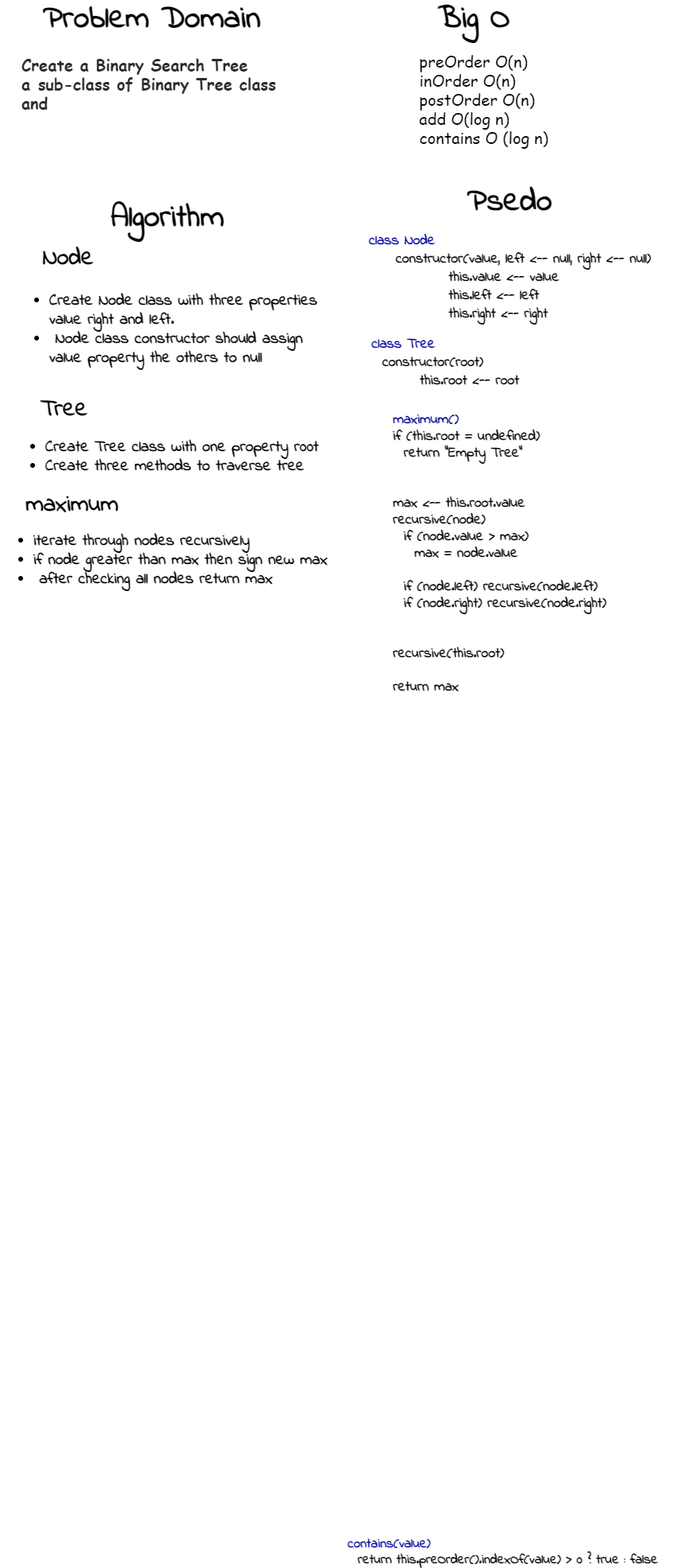
Earlier version of the draw.io export code401/tree-max/maxtree.png (Alazaizeh/data-structures-and-algorithms). Source tidied: cells renumbered, new cells last; positions are measured from the earlier drawing's top-left corner, leaving out a move shared by most shapes.
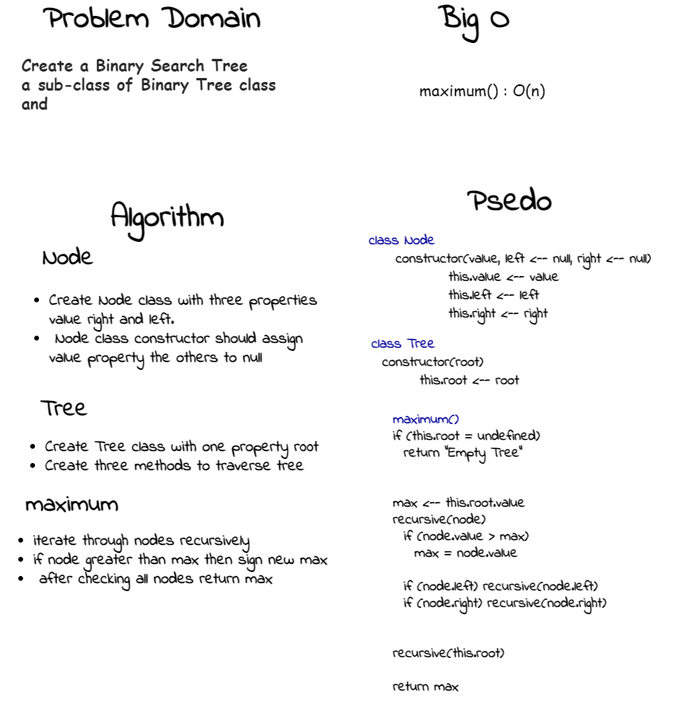
Later version of the same file.

What changed in the source:
```diff
@@ -17,7 +17,7 @@
     <mxCell id="6" value="&lt;p style=&quot;margin: 0px 0px 20px&quot;&gt;&lt;/p&gt;&lt;font color=&quot;#2b2b2b&quot;&gt;Create a Binary Search Tree a&amp;nbsp;sub-class of&lt;/font&gt;&lt;span style=&quot;color: rgb(43 , 43 , 43)&quot;&gt;&amp;nbsp;Binary Tree class and&amp;nbsp;&lt;/span&gt;" style="text;html=1;strokeColor=none;fillColor=none;align=left;verticalAlign=middle;whiteSpace=wrap;rounded=0;shadow=1;glass=0;dashed=1;fontFamily=Comic Sans MS;fontSize=20;fontStyle=1;" parent="1" vertex="1">
       <mxGeometry x="25" y="20" width="350" height="140" as="geometry" />
     </mxCell>
-    <mxCell id="7" value="&lt;div&gt;preOrder O(n)&lt;/div&gt;&lt;div&gt;inOrder O(n)&lt;/div&gt;&lt;div&gt;postOrder O(n)&lt;/div&gt;&lt;div&gt;add O(log n)&lt;/div&gt;&lt;div&gt;contains O (log n)&lt;/div&gt;" style="text;html=1;strokeColor=none;fillColor=none;align=left;verticalAlign=middle;whiteSpace=wrap;rounded=0;shadow=1;glass=0;dashed=1;fontFamily=Comic Sans MS;fontSize=20;" parent="1" vertex="1">
+    <mxCell id="7" value="&lt;div&gt;maximum() : O(n)&lt;/div&gt;&lt;div&gt;&lt;br&gt;&lt;/div&gt;" style="text;html=1;strokeColor=none;fillColor=none;align=left;verticalAlign=middle;whiteSpace=wrap;rounded=0;shadow=1;glass=0;dashed=1;fontFamily=Comic Sans MS;fontSize=20;" parent="1" vertex="1">
       <mxGeometry x="525" y="60" width="210" height="120" as="geometry" />
     </mxCell>
     <mxCell id="8" value="&lt;span style=&quot;font-family: &amp;#34;indie flower&amp;#34;&quot;&gt;&amp;nbsp;&lt;font color=&quot;#000099&quot;&gt;class Node&lt;br&gt;&lt;/font&gt;&lt;/span&gt;&lt;span style=&quot;font-family: &amp;#34;indie flower&amp;#34;&quot;&gt;&amp;nbsp; &amp;nbsp; &amp;nbsp; constructor(value, left &amp;lt;-- null, right &amp;lt;-- null)&amp;nbsp;&lt;/span&gt;&lt;span style=&quot;color: rgb(0 , 0 , 153) ; font-family: &amp;#34;indie flower&amp;#34;&quot;&gt;&lt;br&gt;&lt;/span&gt;&lt;blockquote style=&quot;margin: 0 0 0 40px ; border: none ; padding: 0px&quot;&gt;&lt;blockquote style=&quot;margin: 0 0 0 40px ; border: none ; padding: 0px&quot;&gt;&lt;font face=&quot;indie flower&quot;&gt;&amp;nbsp; &amp;nbsp; this.value &amp;lt;-- value&lt;/font&gt;&lt;/blockquote&gt;&lt;blockquote style=&quot;margin: 0 0 0 40px ; border: none ; padding: 0px&quot;&gt;&lt;font face=&quot;indie flower&quot;&gt;&amp;nbsp; &amp;nbsp; this.left &amp;lt;-- left&lt;/font&gt;&lt;/blockquote&gt;&lt;blockquote style=&quot;margin: 0 0 0 40px ; border: none ; padding: 0px&quot;&gt;&lt;font face=&quot;indie flower&quot;&gt;&amp;nbsp; &amp;nbsp; this.right &amp;lt;-- right&lt;/font&gt;&lt;/blockquote&gt;&lt;blockquote style=&quot;margin: 0 0 0 40px ; border: none ; padding: 0px&quot;&gt;&lt;font face=&quot;indie flower&quot;&gt;&amp;nbsp;&amp;nbsp;&lt;/font&gt;&lt;/blockquote&gt;&lt;blockquote style=&quot;margin: 0 0 0 40px ; border: none ; padding: 0px&quot;&gt;&lt;br&gt;&lt;/blockquote&gt;&lt;/blockquote&gt;&lt;blockquote style=&quot;margin: 0 0 0 40px ; border: none ; padding: 0px&quot;&gt;&lt;font face=&quot;indie flower&quot;&gt;&amp;nbsp;&amp;nbsp;&lt;/font&gt;&lt;/blockquote&gt;" style="text;whiteSpace=wrap;html=1;fontSize=18;fontStyle=1;" parent="1" vertex="1">
@@ -35,9 +35,6 @@
     <mxCell id="12" value="&lt;div&gt;&lt;span style=&quot;color: rgb(0 , 0 , 153) ; font-family: &amp;#34;indie flower&amp;#34;&quot;&gt;&amp;nbsp;&lt;/span&gt;&lt;span style=&quot;color: rgb(0 , 0 , 153) ; font-family: &amp;#34;indie flower&amp;#34;&quot;&gt;&amp;nbsp; &amp;nbsp;maximum()&amp;nbsp;&lt;/span&gt;&lt;/div&gt;&lt;div&gt;&lt;font face=&quot;indie flower&quot;&gt;&lt;div&gt;&lt;font color=&quot;#000099&quot;&gt;&amp;nbsp; &amp;nbsp;&lt;/font&gt; if (this.root = undefined)&amp;nbsp;&lt;/div&gt;&lt;div&gt;&amp;nbsp; &amp;nbsp; &amp;nbsp; return &quot;Empty Tree&quot;&lt;/div&gt;&lt;div&gt;&amp;nbsp; &amp;nbsp;&amp;nbsp;&lt;/div&gt;&lt;div&gt;&lt;br&gt;&lt;/div&gt;&lt;div&gt;&amp;nbsp; &amp;nbsp; max &amp;lt;-- this.root.value&lt;/div&gt;&lt;div&gt;&amp;nbsp; &amp;nbsp; recursive(node)&amp;nbsp;&lt;/div&gt;&lt;div&gt;&amp;nbsp; &amp;nbsp; &amp;nbsp; if (node.value &amp;gt; max)&amp;nbsp;&lt;/div&gt;&lt;div&gt;&amp;nbsp; &amp;nbsp; &amp;nbsp; &amp;nbsp; max = node.value&lt;/div&gt;&lt;div&gt;&amp;nbsp; &amp;nbsp; &amp;nbsp;&amp;nbsp;&lt;/div&gt;&lt;div&gt;&amp;nbsp; &amp;nbsp; &amp;nbsp; if (node.left) recursive(node.left)&lt;/div&gt;&lt;div&gt;&amp;nbsp; &amp;nbsp; &amp;nbsp; if (node.right) recursive(node.right)&lt;/div&gt;&lt;div&gt;&amp;nbsp; &amp;nbsp;&amp;nbsp;&lt;/div&gt;&lt;div&gt;&lt;br&gt;&lt;/div&gt;&lt;div&gt;&amp;nbsp; &amp;nbsp; recursive(this.root)&lt;/div&gt;&lt;div&gt;&lt;br&gt;&lt;/div&gt;&lt;div&gt;&amp;nbsp; &amp;nbsp; return max&lt;/div&gt;&lt;div&gt;&amp;nbsp;&amp;nbsp;&lt;/div&gt;&lt;/font&gt;&lt;/div&gt;" style="text;whiteSpace=wrap;html=1;fontSize=18;fontStyle=1;" parent="1" vertex="1">
       <mxGeometry x="465" y="505" width="380" height="130" as="geometry" />
     </mxCell>
-    <mxCell id="13" value="&lt;font color=&quot;#000099&quot;&gt;contains(value)&lt;br&gt;&lt;/font&gt;&amp;nbsp; return this.preOrder().indexOf(value) &amp;gt; 0 ? true : false" style="text;whiteSpace=wrap;html=1;fontFamily=Indie Flower;fontSource=https%3A%2F%2Ffonts.googleapis.com%2Fcss%3Ffamily%3DIndie%2BFlower;fontStyle=1;fontSize=17;" parent="1" vertex="1">
-      <mxGeometry x="435" y="1920" width="410" height="40" as="geometry" />
-    </mxCell>
     <mxCell id="14" value="&lt;p style=&quot;line-height: 100% ; font-size: 20px&quot;&gt;&lt;/p&gt;&lt;div&gt;&lt;ul&gt;&lt;li&gt;&lt;font&gt;Create Tree class with one property r00t&amp;nbsp;&lt;/font&gt;&lt;/li&gt;&lt;li&gt;&lt;font&gt;Create&amp;nbsp;three methods to&amp;nbsp;traverse tree&lt;/font&gt;&lt;/li&gt;&lt;/ul&gt;&lt;/div&gt;&lt;p&gt;&lt;/p&gt;" style="text;html=1;strokeColor=none;fillColor=none;align=left;verticalAlign=middle;whiteSpace=wrap;rounded=0;shadow=1;glass=0;dashed=1;fontFamily=Indie Flower;fontSize=20;fontSource=https%3A%2F%2Ffonts.googleapis.com%2Fcss%3Ffamily%3DIndie%2BFlower;fontStyle=1;" parent="1" vertex="1">
       <mxGeometry x="15" y="510" width="420" height="120" as="geometry" />
     </mxCell>
```
